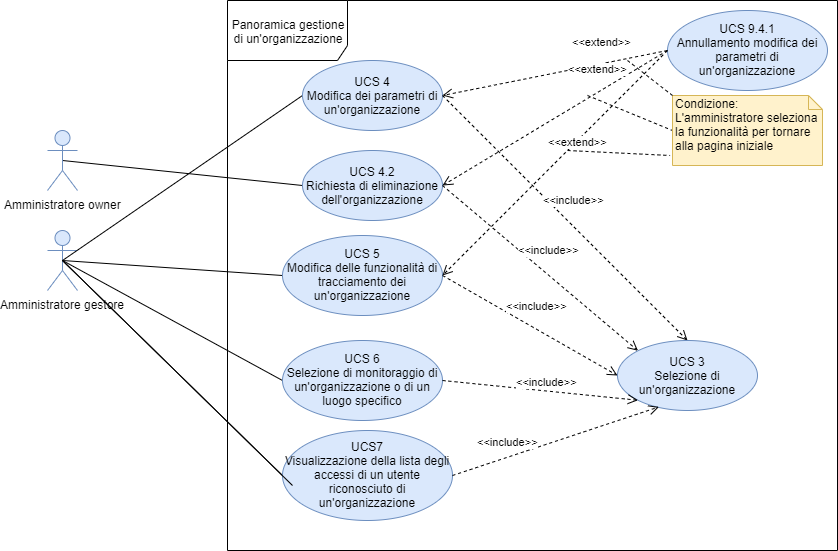
Before: DocumentazioneEsterna/AnalisiRequisiti/sezioni/UseCase/Immagini/Panoramica gestione organizzazione.png, a diagram exported from draw.io (qb-team/Stalker-Documentazione). Source tidied: cells renumbered, new cells last; positions are measured from the earlier drawing's top-left corner, leaving out a move shared by most shapes. Its diagram source:
```xml
<mxGraphModel>
  <root>
    <mxCell id="0" />
    <mxCell id="1" parent="0" />
    <mxCell id="2" value="Amministratore gestore" style="shape=umlActor;verticalLabelPosition=bottom;labelBackgroundColor=#ffffff;verticalAlign=top;html=1;outlineConnect=0;fillColor=#dae8fc;strokeColor=#6c8ebf;" parent="1" vertex="1">
      <mxGeometry y="230" width="30" height="60" as="geometry" />
    </mxCell>
    <mxCell id="3" value="Panoramica gestione di un'organizzazione" style="shape=umlFrame;whiteSpace=wrap;html=1;width=120;height=60;" parent="1" vertex="1">
      <mxGeometry x="180" width="610" height="550" as="geometry" />
    </mxCell>
    <mxCell id="4" style="endArrow=none;html=1;exitX=0.5;exitY=0.5;exitDx=0;exitDy=0;exitPerimeter=0;entryX=0;entryY=0.5;entryDx=0;entryDy=0;" parent="1" edge="1" source="2" target="5">
      <mxGeometry relative="1" as="geometry" />
    </mxCell>
    <mxCell id="5" value="UCS 5&lt;br&gt;Modifica delle funzionalità di tracciamento dei un'organizzazione" style="ellipse;whiteSpace=wrap;html=1;fillColor=#dae8fc;strokeColor=#6c8ebf;" parent="1" vertex="1">
      <mxGeometry x="235" y="235" width="160" height="80" as="geometry" />
    </mxCell>
    <mxCell id="6" style="endArrow=none;html=1;exitX=0.5;exitY=0.5;exitDx=0;exitDy=0;exitPerimeter=0;entryX=0;entryY=0.5;entryDx=0;entryDy=0;" parent="1" edge="1" source="2" target="7">
      <mxGeometry relative="1" as="geometry" />
    </mxCell>
    <mxCell id="7" value="UCS 4&lt;br&gt;Modifica dei parametri di un'organizzazione" style="ellipse;whiteSpace=wrap;html=1;fillColor=#dae8fc;strokeColor=#6c8ebf;" parent="1" vertex="1">
      <mxGeometry x="255" y="60" width="140" height="70" as="geometry" />
    </mxCell>
    <mxCell id="8" style="endArrow=none;html=1;exitX=0.5;exitY=0.5;exitDx=0;exitDy=0;exitPerimeter=0;entryX=0;entryY=0.5;entryDx=0;entryDy=0;" parent="1" edge="1" source="2" target="9">
      <mxGeometry relative="1" as="geometry" />
    </mxCell>
    <mxCell id="9" value="UCS 6&lt;br&gt;Selezione di monitoraggio di un'organizzazione o di un luogo specifico" style="ellipse;whiteSpace=wrap;html=1;fillColor=#dae8fc;strokeColor=#6c8ebf;" parent="1" vertex="1">
      <mxGeometry x="235" y="340" width="160" height="80" as="geometry" />
    </mxCell>
    <mxCell id="10" value="&amp;lt;&amp;lt;include&amp;gt;&amp;gt;" style="html=1;verticalAlign=bottom;endArrow=open;dashed=1;endSize=8;exitX=1;exitY=0.5;exitDx=0;exitDy=0;entryX=0.5;entryY=0;entryDx=0;entryDy=0;" parent="1" edge="1" source="7" target="11">
      <mxGeometry y="13" relative="1" as="geometry" />
    </mxCell>
    <mxCell id="11" value="UCS 3&lt;br&gt;Selezione di un'organizzazione" style="ellipse;whiteSpace=wrap;html=1;fillColor=#dae8fc;strokeColor=#6c8ebf;" parent="1" vertex="1">
      <mxGeometry x="570" y="340" width="140" height="70" as="geometry" />
    </mxCell>
    <mxCell id="12" value="&amp;lt;&amp;lt;include&amp;gt;&amp;gt;" style="html=1;verticalAlign=bottom;endArrow=open;dashed=1;endSize=8;exitX=1;exitY=0.5;exitDx=0;exitDy=0;" parent="1" edge="1" source="5">
      <mxGeometry y="13" relative="1" as="geometry">
        <mxPoint x="570" y="375" as="targetPoint" />
      </mxGeometry>
    </mxCell>
    <mxCell id="13" value="&amp;lt;&amp;lt;include&amp;gt;&amp;gt;" style="html=1;verticalAlign=bottom;endArrow=open;dashed=1;endSize=8;exitX=1;exitY=0.5;exitDx=0;exitDy=0;entryX=0;entryY=1;entryDx=0;entryDy=0;" parent="1" edge="1" source="9" target="11">
      <mxGeometry x="0.07" y="1" relative="1" as="geometry" />
    </mxCell>
    <mxCell id="14" style="endArrow=none;html=1;exitX=0.5;exitY=0.5;exitDx=0;exitDy=0;exitPerimeter=0;entryX=0;entryY=0.5;entryDx=0;entryDy=0;" parent="1" edge="1" source="2" target="15">
      <mxGeometry relative="1" as="geometry" />
    </mxCell>
    <mxCell id="15" value="UCS7&lt;br&gt;Visualizzazione della lista degli accessi di un utente riconosciuto di un'organizzazione" style="ellipse;whiteSpace=wrap;html=1;fillColor=#dae8fc;strokeColor=#6c8ebf;" parent="1" vertex="1">
      <mxGeometry x="235" y="430" width="170" height="90" as="geometry" />
    </mxCell>
    <mxCell id="16" value="&amp;lt;&amp;lt;include&amp;gt;&amp;gt;" style="html=1;verticalAlign=bottom;endArrow=open;dashed=1;endSize=8;exitX=1;exitY=0.5;exitDx=0;exitDy=0;entryX=0.296;entryY=0.949;entryDx=0;entryDy=0;entryPerimeter=0;" parent="1" edge="1" source="15" target="11">
      <mxGeometry x="-0.45" y="6" relative="1" as="geometry" />
    </mxCell>
    <mxCell id="17" value="&amp;lt;&amp;lt;extend&amp;gt;&amp;gt;" style="html=1;verticalAlign=bottom;endArrow=open;dashed=1;endSize=8;entryX=1;entryY=0.5;entryDx=0;entryDy=0;exitX=0;exitY=0.5;exitDx=0;exitDy=0;" parent="1" edge="1" source="18" target="7">
      <mxGeometry x="-0.44" y="-13" relative="1" as="geometry" />
    </mxCell>
    <mxCell id="18" value="UCS 9.4.1&lt;br&gt;Annullamento modifica dei parametri di un'organizzazione" style="ellipse;whiteSpace=wrap;html=1;fillColor=#dae8fc;strokeColor=#6c8ebf;" parent="1" vertex="1">
      <mxGeometry x="620" y="10" width="160" height="80" as="geometry" />
    </mxCell>
    <mxCell id="19" style="endArrow=none;html=1;exitX=0.5;exitY=0.5;exitDx=0;exitDy=0;exitPerimeter=0;entryX=0;entryY=0.5;entryDx=0;entryDy=0;" parent="1" edge="1" source="23" target="20">
      <mxGeometry relative="1" as="geometry" />
    </mxCell>
    <mxCell id="20" value="UCS 4.2&lt;br&gt;Richiesta di eliminazione dell'organizzazione" style="ellipse;whiteSpace=wrap;html=1;fillColor=#dae8fc;strokeColor=#6c8ebf;" parent="1" vertex="1">
      <mxGeometry x="255" y="150" width="140" height="70" as="geometry" />
    </mxCell>
    <mxCell id="21" value="&amp;lt;&amp;lt;include&amp;gt;&amp;gt;" style="html=1;verticalAlign=bottom;endArrow=open;dashed=1;endSize=8;exitX=1;exitY=0.5;exitDx=0;exitDy=0;entryX=0;entryY=0;entryDx=0;entryDy=0;" parent="1" edge="1" source="20" target="11">
      <mxGeometry y="13" relative="1" as="geometry" />
    </mxCell>
    <mxCell id="22" style="endArrow=none;html=1;exitX=0.5;exitY=0.5;exitDx=0;exitDy=0;exitPerimeter=0;entryX=0;entryY=0.5;entryDx=0;entryDy=0;" parent="1" edge="1" source="2">
      <mxGeometry relative="1" as="geometry">
        <mxPoint x="245" y="485" as="targetPoint" />
      </mxGeometry>
    </mxCell>
    <mxCell id="23" value="Amministratore owner" style="shape=umlActor;verticalLabelPosition=bottom;labelBackgroundColor=#ffffff;verticalAlign=top;html=1;outlineConnect=0;fillColor=#dae8fc;strokeColor=#6c8ebf;" parent="1" vertex="1">
      <mxGeometry y="130" width="30" height="60" as="geometry" />
    </mxCell>
    <mxCell id="24" style="endArrow=none;dashed=1;html=1;entryX=0;entryY=0.5;entryDx=0;entryDy=0;entryPerimeter=0;" parent="1" edge="1" target="25">
      <mxGeometry relative="1" as="geometry">
        <mxPoint x="540" y="95" as="sourcePoint" />
      </mxGeometry>
    </mxCell>
    <mxCell id="25" value="Condizione:&lt;br&gt;L'amministratore seleziona la funzionalità per tornare alla pagina iniziale" style="shape=note;whiteSpace=wrap;html=1;size=14;verticalAlign=top;align=left;spacingTop=-6;fillColor=#fff2cc;strokeColor=#d6b656;" parent="1" vertex="1">
      <mxGeometry x="625" y="95" width="150" height="70" as="geometry" />
    </mxCell>
    <mxCell id="26" value="&amp;lt;&amp;lt;extend&amp;gt;&amp;gt;" style="html=1;verticalAlign=bottom;endArrow=open;dashed=1;endSize=8;entryX=1;entryY=0.5;entryDx=0;entryDy=0;exitX=0;exitY=0.5;exitDx=0;exitDy=0;" parent="1" edge="1" source="18" target="20">
      <mxGeometry x="-0.44" y="-13" relative="1" as="geometry" />
    </mxCell>
    <mxCell id="27" style="endArrow=none;dashed=1;html=1;entryX=0;entryY=0;entryDx=0;entryDy=0;entryPerimeter=0;" parent="1" edge="1" target="25">
      <mxGeometry relative="1" as="geometry">
        <mxPoint x="580" y="60" as="sourcePoint" />
      </mxGeometry>
    </mxCell>
    <mxCell id="28" value="&amp;lt;&amp;lt;extend&amp;gt;&amp;gt;" style="html=1;verticalAlign=bottom;endArrow=open;dashed=1;endSize=8;entryX=1;entryY=0.5;entryDx=0;entryDy=0;exitX=0;exitY=0.5;exitDx=0;exitDy=0;" parent="1" edge="1" source="18" target="5">
      <mxGeometry x="-0.16" y="7" relative="1" as="geometry" />
    </mxCell>
    <mxCell id="29" style="endArrow=none;dashed=1;html=1;entryX=-0.016;entryY=0.857;entryDx=0;entryDy=0;entryPerimeter=0;" parent="1" edge="1" target="25">
      <mxGeometry relative="1" as="geometry">
        <mxPoint x="520" y="150" as="sourcePoint" />
      </mxGeometry>
    </mxCell>
  </root>
</mxGraphModel>
```
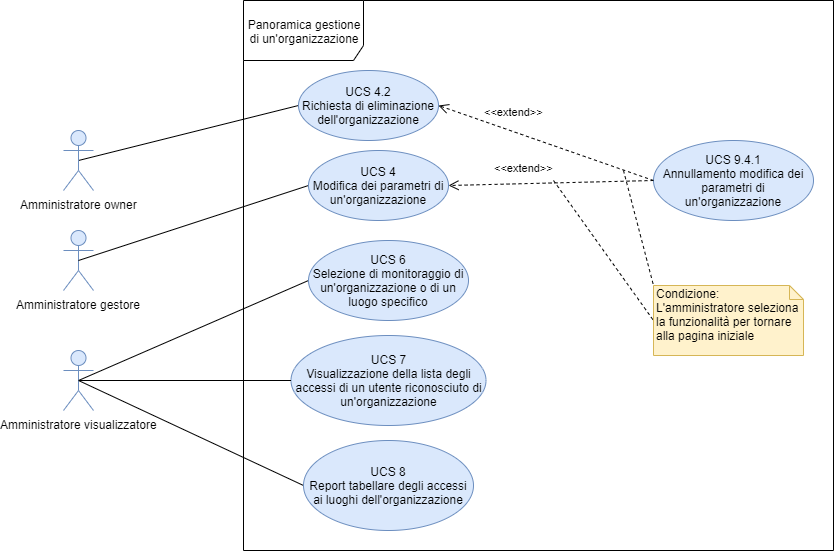
After the commit.

Commit message:
#53 Revisionati e riadattati UCS 3 e UCS 4. Correzione ed integrazione dei diagrammi UML per i suddetti casi d'uso.

Diff of the diagram source:
```diff
@@ -6,95 +6,65 @@
       <mxGeometry y="230" width="30" height="60" as="geometry" />
     </mxCell>
     <mxCell id="3" value="Panoramica gestione di un'organizzazione" style="shape=umlFrame;whiteSpace=wrap;html=1;width=120;height=60;" parent="1" vertex="1">
-      <mxGeometry x="180" width="610" height="550" as="geometry" />
+      <mxGeometry x="180" width="590" height="550" as="geometry" />
     </mxCell>
-    <mxCell id="4" style="endArrow=none;html=1;exitX=0.5;exitY=0.5;exitDx=0;exitDy=0;exitPerimeter=0;entryX=0;entryY=0.5;entryDx=0;entryDy=0;" parent="1" edge="1" source="2" target="5">
-      <mxGeometry relative="1" as="geometry" />
-    </mxCell>
-    <mxCell id="5" value="UCS 5&lt;br&gt;Modifica delle funzionalità di tracciamento dei un'organizzazione" style="ellipse;whiteSpace=wrap;html=1;fillColor=#dae8fc;strokeColor=#6c8ebf;" parent="1" vertex="1">
-      <mxGeometry x="235" y="235" width="160" height="80" as="geometry" />
-    </mxCell>
     <mxCell id="6" style="endArrow=none;html=1;exitX=0.5;exitY=0.5;exitDx=0;exitDy=0;exitPerimeter=0;entryX=0;entryY=0.5;entryDx=0;entryDy=0;" parent="1" edge="1" source="2" target="7">
       <mxGeometry relative="1" as="geometry" />
     </mxCell>
     <mxCell id="7" value="UCS 4&lt;br&gt;Modifica dei parametri di un'organizzazione" style="ellipse;whiteSpace=wrap;html=1;fillColor=#dae8fc;strokeColor=#6c8ebf;" parent="1" vertex="1">
-      <mxGeometry x="255" y="60" width="140" height="70" as="geometry" />
+      <mxGeometry x="245" y="150" width="140" height="70" as="geometry" />
     </mxCell>
-    <mxCell id="8" style="endArrow=none;html=1;exitX=0.5;exitY=0.5;exitDx=0;exitDy=0;exitPerimeter=0;entryX=0;entryY=0.5;entryDx=0;entryDy=0;" parent="1" edge="1" source="2" target="9">
+    <mxCell id="8" style="endArrow=none;html=1;exitX=0.5;exitY=0.5;exitDx=0;exitDy=0;exitPerimeter=0;entryX=0;entryY=0.5;entryDx=0;entryDy=0;" parent="1" edge="1" source="30" target="9">
       <mxGeometry relative="1" as="geometry" />
     </mxCell>
     <mxCell id="9" value="UCS 6&lt;br&gt;Selezione di monitoraggio di un'organizzazione o di un luogo specifico" style="ellipse;whiteSpace=wrap;html=1;fillColor=#dae8fc;strokeColor=#6c8ebf;" parent="1" vertex="1">
-      <mxGeometry x="235" y="340" width="160" height="80" as="geometry" />
+      <mxGeometry x="245" y="240" width="160" height="80" as="geometry" />
     </mxCell>
-    <mxCell id="10" value="&amp;lt;&amp;lt;include&amp;gt;&amp;gt;" style="html=1;verticalAlign=bottom;endArrow=open;dashed=1;endSize=8;exitX=1;exitY=0.5;exitDx=0;exitDy=0;entryX=0.5;entryY=0;entryDx=0;entryDy=0;" parent="1" edge="1" source="7" target="11">
-      <mxGeometry y="13" relative="1" as="geometry" />
-    </mxCell>
-    <mxCell id="11" value="UCS 3&lt;br&gt;Selezione di un'organizzazione" style="ellipse;whiteSpace=wrap;html=1;fillColor=#dae8fc;strokeColor=#6c8ebf;" parent="1" vertex="1">
-      <mxGeometry x="570" y="340" width="140" height="70" as="geometry" />
-    </mxCell>
-    <mxCell id="12" value="&amp;lt;&amp;lt;include&amp;gt;&amp;gt;" style="html=1;verticalAlign=bottom;endArrow=open;dashed=1;endSize=8;exitX=1;exitY=0.5;exitDx=0;exitDy=0;" parent="1" edge="1" source="5">
-      <mxGeometry y="13" relative="1" as="geometry">
-        <mxPoint x="570" y="375" as="targetPoint" />
-      </mxGeometry>
-    </mxCell>
-    <mxCell id="13" value="&amp;lt;&amp;lt;include&amp;gt;&amp;gt;" style="html=1;verticalAlign=bottom;endArrow=open;dashed=1;endSize=8;exitX=1;exitY=0.5;exitDx=0;exitDy=0;entryX=0;entryY=1;entryDx=0;entryDy=0;" parent="1" edge="1" source="9" target="11">
-      <mxGeometry x="0.07" y="1" relative="1" as="geometry" />
-    </mxCell>
-    <mxCell id="14" style="endArrow=none;html=1;exitX=0.5;exitY=0.5;exitDx=0;exitDy=0;exitPerimeter=0;entryX=0;entryY=0.5;entryDx=0;entryDy=0;" parent="1" edge="1" source="2" target="15">
-      <mxGeometry relative="1" as="geometry" />
-    </mxCell>
-    <mxCell id="15" value="UCS7&lt;br&gt;Visualizzazione della lista degli accessi di un utente riconosciuto di un'organizzazione" style="ellipse;whiteSpace=wrap;html=1;fillColor=#dae8fc;strokeColor=#6c8ebf;" parent="1" vertex="1">
-      <mxGeometry x="235" y="430" width="170" height="90" as="geometry" />
+    <mxCell id="15" value="UCS 7&lt;br&gt;Visualizzazione della lista degli accessi di un utente riconosciuto di un'organizzazione" style="ellipse;whiteSpace=wrap;html=1;fillColor=#dae8fc;strokeColor=#6c8ebf;" parent="1" vertex="1">
+      <mxGeometry x="227.5" y="335" width="195" height="90" as="geometry" />
     </mxCell>
-    <mxCell id="16" value="&amp;lt;&amp;lt;include&amp;gt;&amp;gt;" style="html=1;verticalAlign=bottom;endArrow=open;dashed=1;endSize=8;exitX=1;exitY=0.5;exitDx=0;exitDy=0;entryX=0.296;entryY=0.949;entryDx=0;entryDy=0;entryPerimeter=0;" parent="1" edge="1" source="15" target="11">
-      <mxGeometry x="-0.45" y="6" relative="1" as="geometry" />
-    </mxCell>
     <mxCell id="17" value="&amp;lt;&amp;lt;extend&amp;gt;&amp;gt;" style="html=1;verticalAlign=bottom;endArrow=open;dashed=1;endSize=8;entryX=1;entryY=0.5;entryDx=0;entryDy=0;exitX=0;exitY=0.5;exitDx=0;exitDy=0;" parent="1" edge="1" source="18" target="7">
-      <mxGeometry x="-0.44" y="-13" relative="1" as="geometry" />
+      <mxGeometry x="0.26" y="-7" relative="1" as="geometry" />
     </mxCell>
     <mxCell id="18" value="UCS 9.4.1&lt;br&gt;Annullamento modifica dei parametri di un'organizzazione" style="ellipse;whiteSpace=wrap;html=1;fillColor=#dae8fc;strokeColor=#6c8ebf;" parent="1" vertex="1">
-      <mxGeometry x="620" y="10" width="160" height="80" as="geometry" />
+      <mxGeometry x="590" y="140" width="160" height="80" as="geometry" />
     </mxCell>
     <mxCell id="19" style="endArrow=none;html=1;exitX=0.5;exitY=0.5;exitDx=0;exitDy=0;exitPerimeter=0;entryX=0;entryY=0.5;entryDx=0;entryDy=0;" parent="1" edge="1" source="23" target="20">
       <mxGeometry relative="1" as="geometry" />
     </mxCell>
     <mxCell id="20" value="UCS 4.2&lt;br&gt;Richiesta di eliminazione dell'organizzazione" style="ellipse;whiteSpace=wrap;html=1;fillColor=#dae8fc;strokeColor=#6c8ebf;" parent="1" vertex="1">
-      <mxGeometry x="255" y="150" width="140" height="70" as="geometry" />
+      <mxGeometry x="235" y="70" width="140" height="70" as="geometry" />
     </mxCell>
-    <mxCell id="21" value="&amp;lt;&amp;lt;include&amp;gt;&amp;gt;" style="html=1;verticalAlign=bottom;endArrow=open;dashed=1;endSize=8;exitX=1;exitY=0.5;exitDx=0;exitDy=0;entryX=0;entryY=0;entryDx=0;entryDy=0;" parent="1" edge="1" source="20" target="11">
-      <mxGeometry y="13" relative="1" as="geometry" />
-    </mxCell>
-    <mxCell id="22" style="endArrow=none;html=1;exitX=0.5;exitY=0.5;exitDx=0;exitDy=0;exitPerimeter=0;entryX=0;entryY=0.5;entryDx=0;entryDy=0;" parent="1" edge="1" source="2">
-      <mxGeometry relative="1" as="geometry">
-        <mxPoint x="245" y="485" as="targetPoint" />
-      </mxGeometry>
+    <mxCell id="22" style="endArrow=none;html=1;exitX=0.5;exitY=0.5;exitDx=0;exitDy=0;exitPerimeter=0;entryX=0;entryY=0.5;entryDx=0;entryDy=0;" parent="1" edge="1" source="30" target="15">
+      <mxGeometry relative="1" as="geometry" />
     </mxCell>
     <mxCell id="23" value="Amministratore owner" style="shape=umlActor;verticalLabelPosition=bottom;labelBackgroundColor=#ffffff;verticalAlign=top;html=1;outlineConnect=0;fillColor=#dae8fc;strokeColor=#6c8ebf;" parent="1" vertex="1">
       <mxGeometry y="130" width="30" height="60" as="geometry" />
     </mxCell>
     <mxCell id="24" style="endArrow=none;dashed=1;html=1;entryX=0;entryY=0.5;entryDx=0;entryDy=0;entryPerimeter=0;" parent="1" edge="1" target="25">
       <mxGeometry relative="1" as="geometry">
-        <mxPoint x="540" y="95" as="sourcePoint" />
+        <mxPoint x="490" y="180" as="sourcePoint" />
       </mxGeometry>
     </mxCell>
     <mxCell id="25" value="Condizione:&lt;br&gt;L'amministratore seleziona la funzionalità per tornare alla pagina iniziale" style="shape=note;whiteSpace=wrap;html=1;size=14;verticalAlign=top;align=left;spacingTop=-6;fillColor=#fff2cc;strokeColor=#d6b656;" parent="1" vertex="1">
-      <mxGeometry x="625" y="95" width="150" height="70" as="geometry" />
+      <mxGeometry x="590" y="285" width="150" height="70" as="geometry" />
     </mxCell>
     <mxCell id="26" value="&amp;lt;&amp;lt;extend&amp;gt;&amp;gt;" style="html=1;verticalAlign=bottom;endArrow=open;dashed=1;endSize=8;entryX=1;entryY=0.5;entryDx=0;entryDy=0;exitX=0;exitY=0.5;exitDx=0;exitDy=0;" parent="1" edge="1" source="18" target="20">
-      <mxGeometry x="-0.44" y="-13" relative="1" as="geometry" />
+      <mxGeometry x="0.33" y="-11" relative="1" as="geometry" />
     </mxCell>
     <mxCell id="27" style="endArrow=none;dashed=1;html=1;entryX=0;entryY=0;entryDx=0;entryDy=0;entryPerimeter=0;" parent="1" edge="1" target="25">
       <mxGeometry relative="1" as="geometry">
-        <mxPoint x="580" y="60" as="sourcePoint" />
+        <mxPoint x="560" y="170" as="sourcePoint" />
       </mxGeometry>
     </mxCell>
-    <mxCell id="28" value="&amp;lt;&amp;lt;extend&amp;gt;&amp;gt;" style="html=1;verticalAlign=bottom;endArrow=open;dashed=1;endSize=8;entryX=1;entryY=0.5;entryDx=0;entryDy=0;exitX=0;exitY=0.5;exitDx=0;exitDy=0;" parent="1" edge="1" source="18" target="5">
-      <mxGeometry x="-0.16" y="7" relative="1" as="geometry" />
-    </mxCell>
-    <mxCell id="29" style="endArrow=none;dashed=1;html=1;entryX=-0.016;entryY=0.857;entryDx=0;entryDy=0;entryPerimeter=0;" parent="1" edge="1" target="25">
-      <mxGeometry relative="1" as="geometry">
-        <mxPoint x="520" y="150" as="sourcePoint" />
-      </mxGeometry>
-    </mxCell>
+    <mxCell id="30" value="Amministratore visualizzatore" style="shape=umlActor;verticalLabelPosition=bottom;labelBackgroundColor=#ffffff;verticalAlign=top;html=1;outlineConnect=0;fillColor=#dae8fc;strokeColor=#6c8ebf;" parent="1" vertex="1">
+      <mxGeometry y="350" width="30" height="60" as="geometry" />
+    </mxCell>
+    <mxCell id="31" style="endArrow=none;html=1;entryX=0.5;entryY=0.5;entryDx=0;entryDy=0;entryPerimeter=0;exitX=0;exitY=0.5;exitDx=0;exitDy=0;" parent="1" edge="1" source="32" target="30">
+      <mxGeometry relative="1" as="geometry" />
+    </mxCell>
+    <mxCell id="32" value="UCS 8&lt;br&gt;Report tabellare degli accessi ai luoghi dell'organizzazione" style="ellipse;whiteSpace=wrap;html=1;fillColor=#dae8fc;strokeColor=#6c8ebf;" parent="1" vertex="1">
+      <mxGeometry x="240" y="440" width="170" height="90" as="geometry" />
+    </mxCell>
   </root>
 </mxGraphModel>
```
